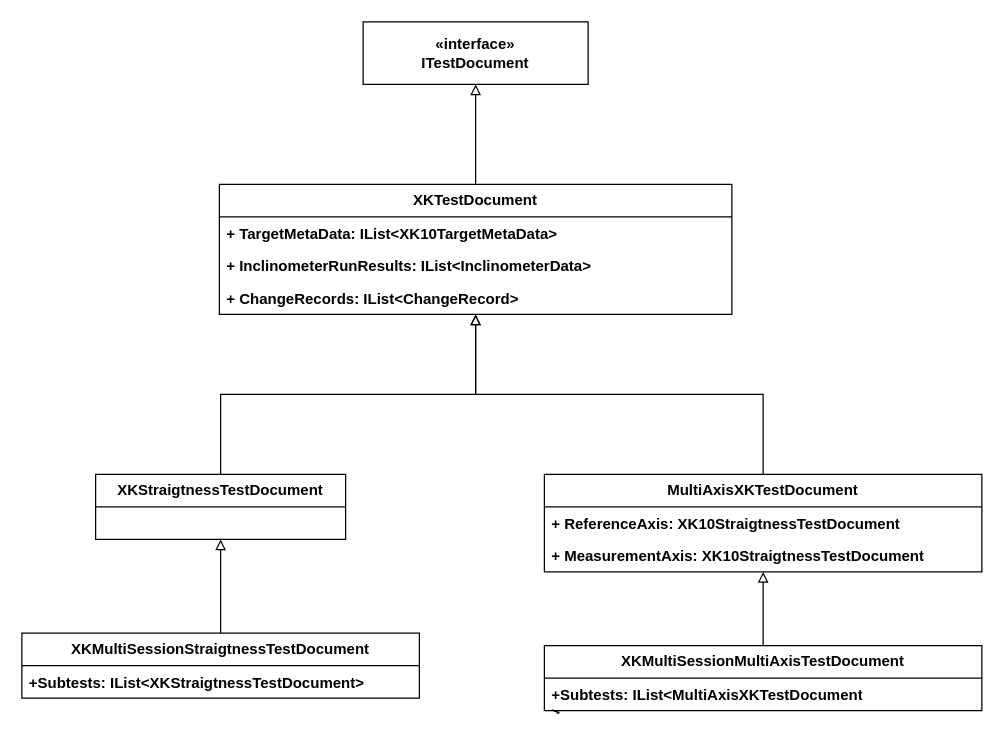
This is XK10 Documents Structure.drawio from AmolSJawalkar/DrawIO, a draw.io file, before an edit. Source tidied: cells renumbered, new cells numbered last; positions are measured from the earlier drawing's top-left corner, leaving out a move shared by most shapes. Both pictures are drawn from the tidied source at 125%, with x=0, y=0 at pixel (21, 21).
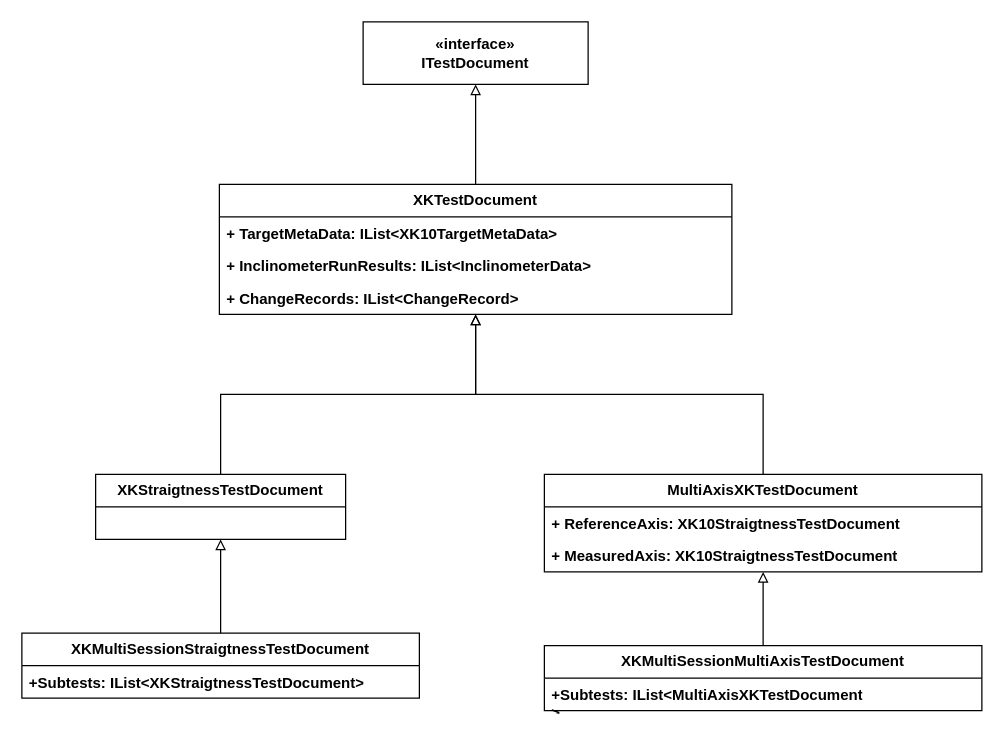
Above is the later version.

The edit, as a diff of the source:
```diff
@@
 <mxGraphModel>
   <root>
     <mxCell id="0" />
     <mxCell id="1" parent="0" />
     <mxCell id="2" value="«interface»&lt;br&gt;&lt;span&gt;ITestDocument&lt;/span&gt;" style="html=1;whiteSpace=wrap;fontStyle=1;" parent="1" vertex="1">
       <mxGeometry x="273" width="180" height="50" as="geometry" />
     </mxCell>
     <mxCell id="3" style="edgeStyle=orthogonalEdgeStyle;rounded=0;jettySize=auto;html=1;entryX=0.5;entryY=1;entryDx=0;entryDy=0;endArrow=block;endFill=0;fontStyle=1;" parent="1" edge="1" source="4" target="2">
       <mxGeometry relative="1" as="geometry" />
     </mxCell>
     <mxCell id="4" value="XKTestDocument" style="swimlane;fontStyle=1;horizontal=1;startSize=26;fillColor=none;whiteSpace=wrap;html=1;" parent="1" vertex="1">
       <mxGeometry x="158" y="130" width="410" height="104" as="geometry" />
     </mxCell>
     <mxCell id="5" value="+ TargetMetaData:&amp;nbsp;IList&amp;lt;XK10TargetMetaData&amp;gt;" style="text;strokeColor=none;fillColor=none;align=left;verticalAlign=top;spacingLeft=4;spacingRight=4;overflow=hidden;whiteSpace=wrap;html=1;fontStyle=1;" parent="4" vertex="1">
       <mxGeometry y="26" width="410" height="26" as="geometry" />
     </mxCell>
     <mxCell id="6" value="+ InclinometerRunResults:&amp;nbsp;IList&amp;lt;InclinometerData&amp;gt;" style="text;strokeColor=none;fillColor=none;align=left;verticalAlign=top;spacingLeft=4;spacingRight=4;overflow=hidden;whiteSpace=wrap;html=1;fontStyle=1;" parent="4" vertex="1">
       <mxGeometry y="52" width="410" height="26" as="geometry" />
     </mxCell>
     <mxCell id="7" value="+ ChangeRecords:&amp;nbsp;IList&amp;lt;ChangeRecord&amp;gt;" style="text;strokeColor=none;fillColor=none;align=left;verticalAlign=top;spacingLeft=4;spacingRight=4;overflow=hidden;whiteSpace=wrap;html=1;fontStyle=1;" parent="4" vertex="1">
       <mxGeometry y="78" width="410" height="26" as="geometry" />
     </mxCell>
     <mxCell id="8" style="edgeStyle=orthogonalEdgeStyle;rounded=0;jettySize=auto;html=1;endArrow=block;endFill=0;fontStyle=1;" parent="1" edge="1" source="9" target="4">
       <mxGeometry relative="1" as="geometry" />
     </mxCell>
     <mxCell id="9" value="XKStraigtnessTestDocument" style="swimlane;fontStyle=1;horizontal=1;startSize=26;fillColor=none;whiteSpace=wrap;html=1;" parent="1" vertex="1">
       <mxGeometry x="59" y="362" width="200" height="52" as="geometry" />
     </mxCell>
     <mxCell id="10" style="edgeStyle=orthogonalEdgeStyle;rounded=0;jettySize=auto;html=1;endArrow=block;endFill=0;fontStyle=1;" parent="1" edge="1" source="11" target="4">
       <mxGeometry relative="1" as="geometry" />
     </mxCell>
     <mxCell id="11" value="MultiAxisXKTestDocument" style="swimlane;fontStyle=1;horizontal=1;startSize=26;fillColor=none;whiteSpace=wrap;html=1;" parent="1" vertex="1">
       <mxGeometry x="418" y="362" width="350" height="78" as="geometry" />
     </mxCell>
     <mxCell id="12" value="+ ReferenceAxis:&amp;nbsp;XK10StraigtnessTestDocument" style="text;strokeColor=none;fillColor=none;align=left;verticalAlign=top;spacingLeft=4;spacingRight=4;overflow=hidden;whiteSpace=wrap;html=1;fontStyle=1;" parent="11" vertex="1">
       <mxGeometry y="26" width="350" height="26" as="geometry" />
     </mxCell>
-    <mxCell id="13" value="+ MeasurementAxis:&amp;nbsp;XK10StraigtnessTestDocument" style="text;strokeColor=none;fillColor=none;align=left;verticalAlign=top;spacingLeft=4;spacingRight=4;overflow=hidden;whiteSpace=wrap;html=1;fontStyle=1;" parent="11" vertex="1">
+    <mxCell id="13" value="+ MeasuredAxis:&amp;nbsp;XK10StraigtnessTestDocument" style="text;strokeColor=none;fillColor=none;align=left;verticalAlign=top;spacingLeft=4;spacingRight=4;overflow=hidden;whiteSpace=wrap;html=1;fontStyle=1;" parent="11" vertex="1">
       <mxGeometry y="52" width="350" height="26" as="geometry" />
     </mxCell>
     <mxCell id="14" style="edgeStyle=orthogonalEdgeStyle;rounded=0;jettySize=auto;html=1;endArrow=block;endFill=0;fontStyle=1;" parent="1" edge="1" source="15" target="9">
       <mxGeometry relative="1" as="geometry" />
     </mxCell>
     <mxCell id="15" value="XKMultiSessionStraigtnessTestDocument" style="swimlane;fontStyle=1;horizontal=1;startSize=26;fillColor=none;whiteSpace=wrap;html=1;" parent="1" vertex="1">
       <mxGeometry y="489" width="318" height="52" as="geometry" />
     </mxCell>
     <mxCell id="16" value="+Subtests: IList&amp;lt;XKStraigtnessTestDocument&amp;gt;" style="text;strokeColor=none;fillColor=none;align=left;verticalAlign=top;spacingLeft=4;spacingRight=4;overflow=hidden;whiteSpace=wrap;html=1;fontStyle=1;" parent="15" vertex="1">
       <mxGeometry y="26" width="318" height="26" as="geometry" />
     </mxCell>
     <mxCell id="17" style="edgeStyle=orthogonalEdgeStyle;rounded=0;jettySize=auto;html=1;endArrow=block;endFill=0;" parent="1" edge="1" source="18" target="11">
       <mxGeometry relative="1" as="geometry" />
     </mxCell>
     <mxCell id="18" value="XKMultiSessionMultiAxisTestDocument" style="swimlane;fontStyle=1;horizontal=1;startSize=26;fillColor=none;whiteSpace=wrap;html=1;" parent="1" vertex="1">
       <mxGeometry x="418" y="499" width="350" height="52" as="geometry" />
     </mxCell>
     <mxCell id="19" value="+Subtests: IList&amp;lt;MultiAxisXKTestDocument&lt;br&gt;&amp;gt;" style="text;strokeColor=none;fillColor=none;align=left;verticalAlign=top;spacingLeft=4;spacingRight=4;overflow=hidden;whiteSpace=wrap;html=1;fontStyle=1;" parent="18" vertex="1">
       <mxGeometry y="26" width="350" height="26" as="geometry" />
     </mxCell>
   </root>
 </mxGraphModel>
```
